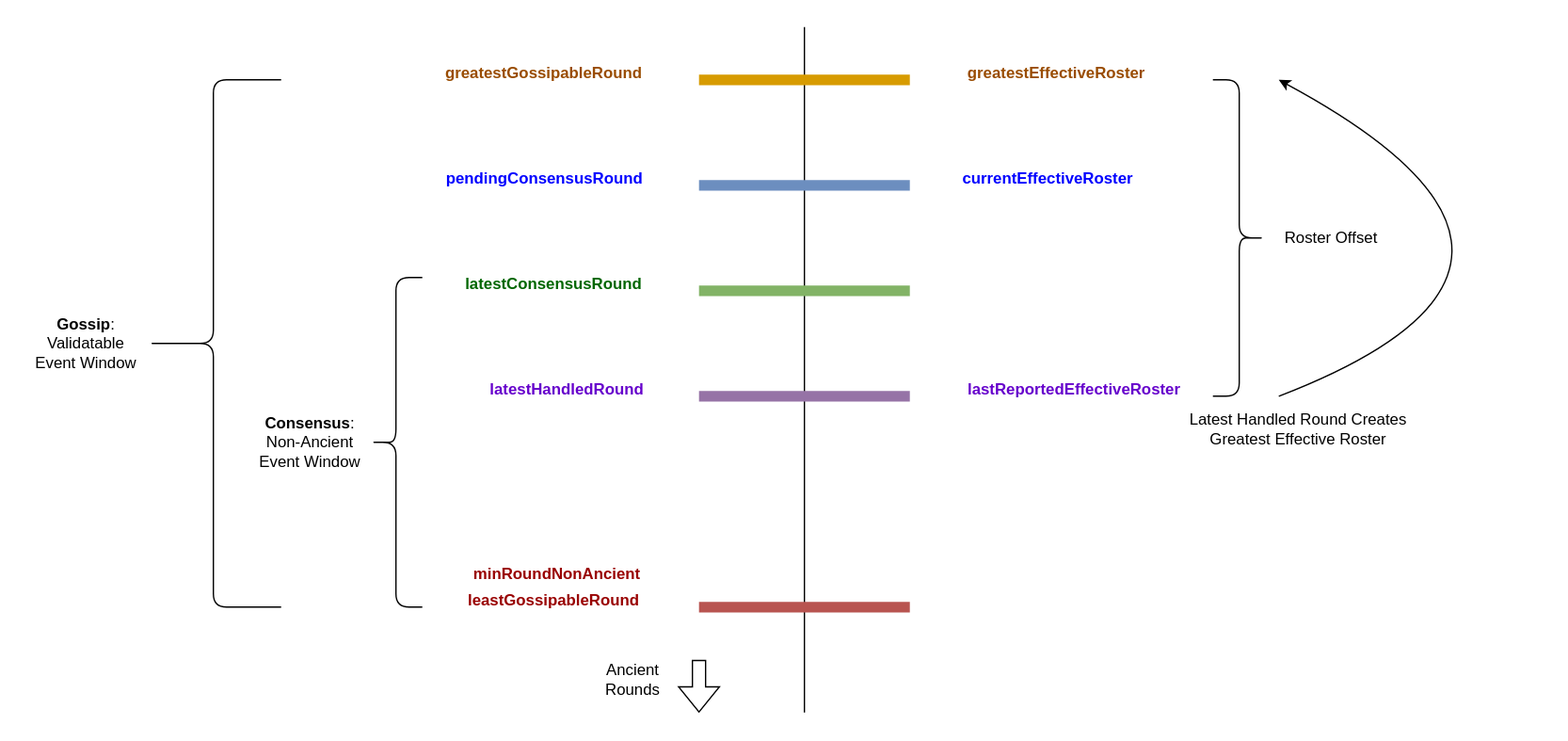
Before: platform-sdk/docs/core/dynamic-address-book/roster/EventWindowTerminology.drawio.svg, a diagram exported from draw.io (hashgraph/hedera-services). Source tidied: cells renumbered, new cells last; positions are measured from the earlier drawing's top-left corner, leaving out a move shared by most shapes.
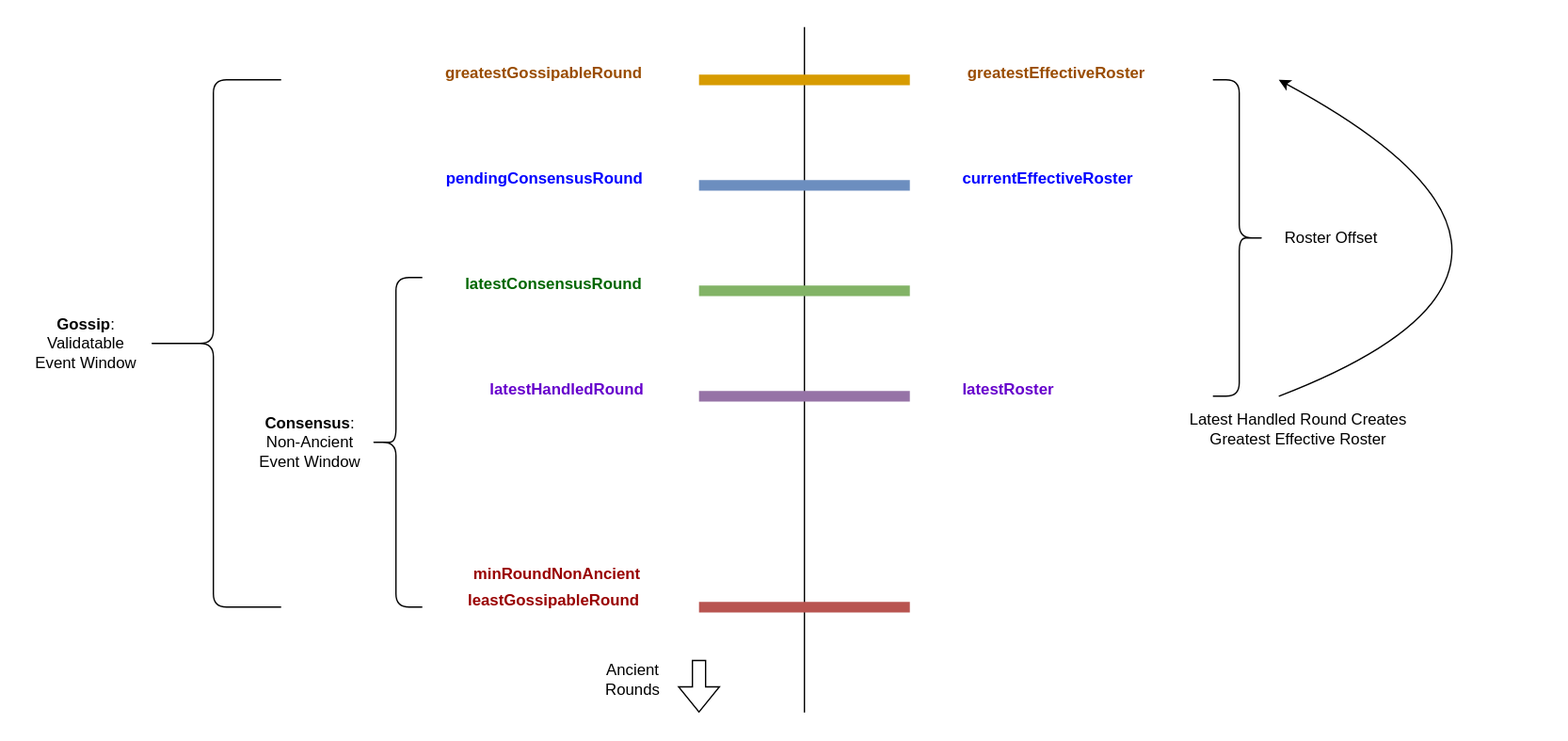
Above is the later version.

Change to the diagram source:
```diff
@@ -95,8 +95,8 @@
     <mxCell id="23" value="&lt;b&gt;&lt;font color=&quot;#994c00&quot;&gt;greatestGossipableRound&lt;/font&gt;&lt;/b&gt;" style="text;html=1;strokeColor=none;fillColor=none;align=center;verticalAlign=middle;whiteSpace=wrap;rounded=0;" parent="1" vertex="1">
       <mxGeometry x="315" y="20" width="155" height="30" as="geometry" />
     </mxCell>
-    <mxCell id="24" value="&lt;font color=&quot;#6600cc&quot;&gt;&lt;b&gt;lastReportedEffectiveRoster&lt;br&gt;&lt;/b&gt;&lt;/font&gt;" style="text;html=1;strokeColor=none;fillColor=none;align=center;verticalAlign=middle;whiteSpace=wrap;rounded=0;" parent="1" vertex="1">
-      <mxGeometry x="710" y="260" width="170" height="30" as="geometry" />
+    <mxCell id="24" value="&lt;font color=&quot;#6600cc&quot;&gt;&lt;b&gt;latestRoster&lt;br&gt;&lt;/b&gt;&lt;/font&gt;" style="text;html=1;strokeColor=none;fillColor=none;align=center;verticalAlign=middle;whiteSpace=wrap;rounded=0;" parent="1" vertex="1">
+      <mxGeometry x="660" y="260" width="170" height="30" as="geometry" />
     </mxCell>
     <mxCell id="25" value="&lt;span style=&quot;&quot;&gt;&lt;font color=&quot;#990000&quot;&gt;leastGossipableRound&lt;/font&gt;&lt;br&gt;&lt;/span&gt;" style="text;html=1;strokeColor=none;fillColor=none;align=center;verticalAlign=middle;whiteSpace=wrap;rounded=0;fontStyle=1;" parent="1" vertex="1">
       <mxGeometry x="330" y="420" width="140" height="30" as="geometry" />
```
